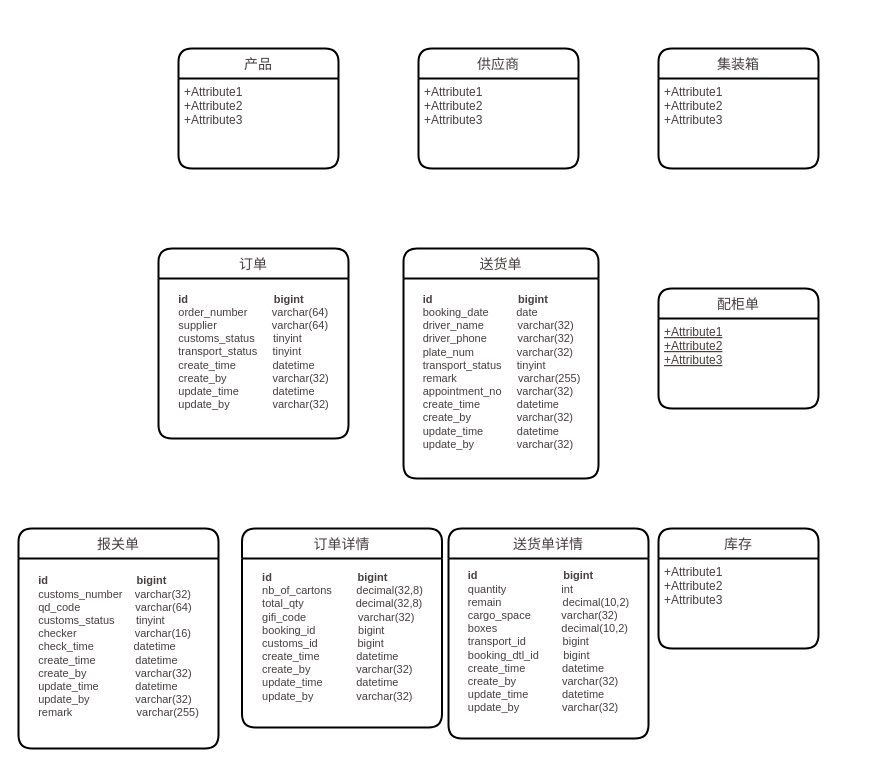
Before: page "第 33 页" (33 of 33) of wbooking docs/进区预约系统.drawio in sxc-one/e-conitl, a draw.io diagram. Source tidied: cells renumbered, new cells numbered last; positions are measured from the earlier drawing's top-left corner, leaving out a move shared by most shapes. Both pictures are drawn from the tidied source at 100%, with x=0, y=0 at pixel (18, 48).
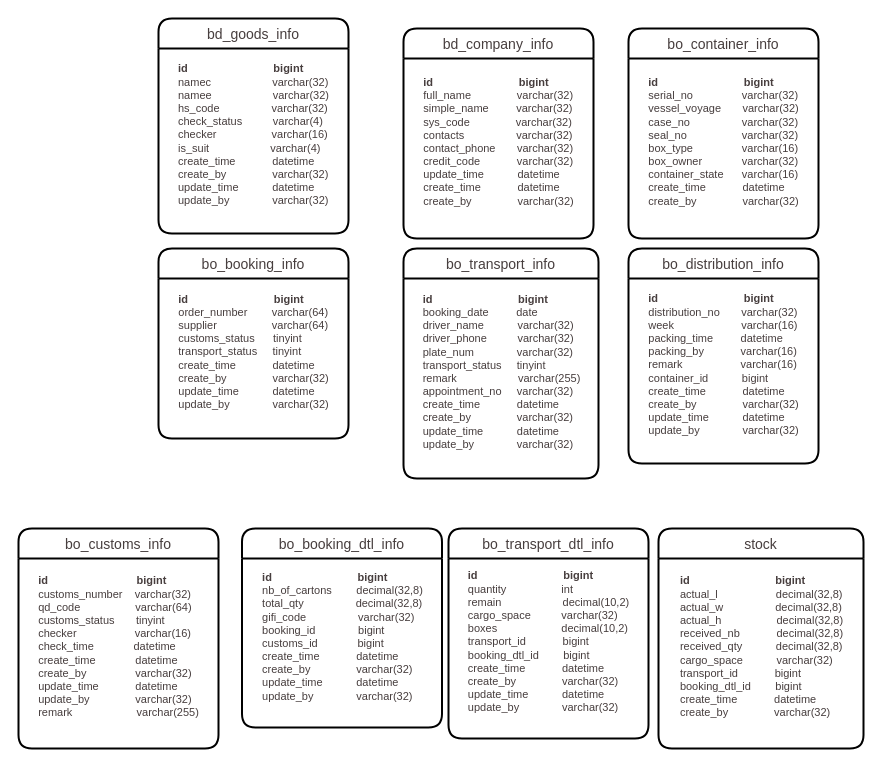
The same diagram, later.

Commit message (it also covers changes not shown here):
更新进区预约系统.drawio

Diff of the diagram source:
```diff
@@
-    <mxCell id="2" value="库存" style="swimlane;horizontal=1;startSize=30;rounded=1;fontSize=14;fontStyle=0;strokeWidth=2;shadow=0;dashed=0;align=center;fontColor=#473e3e;" parent="1" vertex="1">
-      <mxGeometry x="640" y="480" width="160" height="120" as="geometry" />
-    </mxCell>
-    <mxCell id="3" value="+Attribute1&#10;+Attribute2&#10;+Attribute3" style="align=left;strokeColor=none;fillColor=none;spacingLeft=4;fontSize=12;verticalAlign=top;fontColor=#473e3e;" parent="2" vertex="1">
-      <mxGeometry y="30" width="160" height="90" as="geometry" />
-    </mxCell>
-    <mxCell id="4" value="产品" style="swimlane;horizontal=1;startSize=30;rounded=1;fontSize=14;fontStyle=0;strokeWidth=2;shadow=0;dashed=0;align=center;fontColor=#473e3e;" parent="1" vertex="1">
-      <mxGeometry x="160" width="160" height="120" as="geometry" />
-    </mxCell>
-    <mxCell id="5" value="+Attribute1&#10;+Attribute2&#10;+Attribute3" style="align=left;strokeColor=none;fillColor=none;spacingLeft=4;fontSize=12;verticalAlign=top;fontColor=#473e3e;" parent="4" vertex="1">
-      <mxGeometry y="30" width="160" height="90" as="geometry" />
-    </mxCell>
-    <mxCell id="6" value="订单" style="swimlane;horizontal=1;startSize=30;rounded=1;fontSize=14;fontStyle=0;strokeWidth=2;shadow=0;dashed=0;align=center;fontColor=#473e3e;" parent="1" vertex="1">
+    <mxCell id="6" value="bo_booking_info" style="swimlane;horizontal=1;startSize=30;rounded=1;fontSize=14;fontStyle=0;strokeWidth=2;shadow=0;dashed=0;align=center;fontColor=#473e3e;" parent="1" vertex="1">
       <mxGeometry x="140" y="200" width="190" height="190" as="geometry" />
     </mxCell>
@@
-    <mxCell id="8" value="配柜单" style="swimlane;horizontal=1;startSize=30;rounded=1;fontSize=14;fontStyle=0;strokeWidth=2;shadow=0;dashed=0;align=center;fontColor=#473e3e;" parent="1" vertex="1">
-      <mxGeometry x="640" y="240" width="160" height="120" as="geometry" />
-    </mxCell>
-    <mxCell id="9" value="+Attribute1&#10;+Attribute2&#10;+Attribute3" style="align=left;strokeColor=none;fillColor=none;spacingLeft=4;fontSize=12;verticalAlign=top;fontColor=#473e3e;fontStyle=4;" parent="8" vertex="1">
-      <mxGeometry y="30" width="160" height="90" as="geometry" />
-    </mxCell>
-    <mxCell id="10" value="供应商" style="swimlane;horizontal=1;startSize=30;rounded=1;fontSize=14;fontStyle=0;strokeWidth=2;shadow=0;dashed=0;align=center;fontColor=#473e3e;" parent="1" vertex="1">
-      <mxGeometry x="400" width="160" height="120" as="geometry" />
-    </mxCell>
-    <mxCell id="11" value="+Attribute1&#10;+Attribute2&#10;+Attribute3" style="align=left;strokeColor=none;fillColor=none;spacingLeft=4;fontSize=12;verticalAlign=top;fontColor=#473e3e;" parent="10" vertex="1">
-      <mxGeometry y="30" width="160" height="90" as="geometry" />
-    </mxCell>
-    <mxCell id="12" value="集装箱" style="swimlane;horizontal=1;startSize=30;rounded=1;fontSize=14;fontStyle=0;strokeWidth=2;shadow=0;dashed=0;align=center;fontColor=#473e3e;" parent="1" vertex="1">
-      <mxGeometry x="640" width="160" height="120" as="geometry" />
-    </mxCell>
-    <mxCell id="13" value="+Attribute1&#10;+Attribute2&#10;+Attribute3" style="align=left;strokeColor=none;fillColor=none;spacingLeft=4;fontSize=12;verticalAlign=top;fontColor=#473e3e;" parent="12" vertex="1">
-      <mxGeometry y="30" width="160" height="90" as="geometry" />
-    </mxCell>
-    <mxCell id="14" value="订单详情" style="swimlane;horizontal=1;startSize=30;rounded=1;fontSize=14;fontStyle=0;strokeWidth=2;shadow=0;dashed=0;align=center;fontColor=#473e3e;" parent="1" vertex="1">
+    <mxCell id="14" value="bo_booking_dtl_info" style="swimlane;horizontal=1;startSize=30;rounded=1;fontSize=14;fontStyle=0;strokeWidth=2;shadow=0;dashed=0;align=center;fontColor=#473e3e;" parent="1" vertex="1">
       <mxGeometry x="223.5" y="480" width="200" height="199" as="geometry" />
     </mxCell>
@@
-    <mxCell id="16" value="报关单" style="swimlane;horizontal=1;startSize=30;rounded=1;fontSize=14;fontStyle=0;strokeWidth=2;shadow=0;dashed=0;align=center;fontColor=#473e3e;" parent="1" vertex="1">
+    <mxCell id="16" value="bo_customs_info" style="swimlane;horizontal=1;startSize=30;rounded=1;fontSize=14;fontStyle=0;strokeWidth=2;shadow=0;dashed=0;align=center;fontColor=#473e3e;" parent="1" vertex="1">
       <mxGeometry y="480" width="200" height="220" as="geometry" />
     </mxCell>
@@
-    <mxCell id="18" value="送货单" style="swimlane;horizontal=1;startSize=30;rounded=1;fontSize=14;fontStyle=0;strokeWidth=2;shadow=0;dashed=0;align=center;fontColor=#473e3e;" parent="1" vertex="1">
+    <mxCell id="18" value="bo_transport_info" style="swimlane;horizontal=1;startSize=30;rounded=1;fontSize=14;fontStyle=0;strokeWidth=2;shadow=0;dashed=0;align=center;fontColor=#473e3e;" parent="1" vertex="1">
       <mxGeometry x="385" y="200" width="195" height="230" as="geometry" />
     </mxCell>
@@
-    <mxCell id="20" value="送货单详情" style="swimlane;horizontal=1;startSize=30;rounded=1;fontSize=14;fontStyle=0;strokeWidth=2;shadow=0;dashed=0;align=center;fontColor=#473e3e;" parent="1" vertex="1">
+    <mxCell id="20" value="bo_transport_dtl_info" style="swimlane;horizontal=1;startSize=30;rounded=1;fontSize=14;fontStyle=0;strokeWidth=2;shadow=0;dashed=0;align=center;fontColor=#473e3e;" parent="1" vertex="1">
       <mxGeometry x="430" y="480" width="200" height="210" as="geometry" />
     </mxCell>
@@
+    <mxCell id="22" value="bo_container_info" style="swimlane;horizontal=1;startSize=30;rounded=1;fontSize=14;fontStyle=0;strokeWidth=2;shadow=0;dashed=0;align=center;fontColor=#473e3e;" parent="1" vertex="1">
+      <mxGeometry x="610" y="-20" width="190" height="210" as="geometry" />
+    </mxCell>
+    <mxCell id="23" value="&lt;div style=&quot;text-align: left;&quot;&gt;&lt;span style=&quot;background-color: initial;&quot;&gt;&lt;b&gt;id&lt;/b&gt;&amp;nbsp; &amp;nbsp; &amp;nbsp; &amp;nbsp; &amp;nbsp; &amp;nbsp; &amp;nbsp; &amp;nbsp; &amp;nbsp; &amp;nbsp; &amp;nbsp; &amp;nbsp; &amp;nbsp; &amp;nbsp;&amp;nbsp;&lt;b&gt;bigint&lt;/b&gt;&lt;/span&gt;&lt;/div&gt;&lt;div style=&quot;text-align: left;&quot;&gt;&lt;span style=&quot;background-color: initial;&quot;&gt;serial_no&amp;nbsp; &amp;nbsp; &amp;nbsp; &amp;nbsp; &amp;nbsp; &amp;nbsp; &amp;nbsp; &amp;nbsp; varchar(32)&lt;/span&gt;&lt;/div&gt;&lt;div style=&quot;text-align: left;&quot;&gt;&lt;span style=&quot;background-color: initial;&quot;&gt;vessel_voyage&amp;nbsp; &amp;nbsp; &amp;nbsp; &amp;nbsp;varchar(32)&lt;/span&gt;&lt;/div&gt;&lt;div style=&quot;text-align: left;&quot;&gt;&lt;span style=&quot;background-color: initial;&quot;&gt;case_no&amp;nbsp; &amp;nbsp; &amp;nbsp; &amp;nbsp; &amp;nbsp; &amp;nbsp; &amp;nbsp; &amp;nbsp; &amp;nbsp;varchar(32)&lt;/span&gt;&lt;/div&gt;&lt;div style=&quot;text-align: left;&quot;&gt;&lt;span style=&quot;background-color: initial;&quot;&gt;seal_no&amp;nbsp; &amp;nbsp; &amp;nbsp; &amp;nbsp; &amp;nbsp; &amp;nbsp; &amp;nbsp; &amp;nbsp; &amp;nbsp; varchar(32)&lt;/span&gt;&lt;/div&gt;&lt;div style=&quot;text-align: left;&quot;&gt;&lt;span style=&quot;background-color: initial;&quot;&gt;box_type&amp;nbsp; &amp;nbsp; &amp;nbsp; &amp;nbsp; &amp;nbsp; &amp;nbsp; &amp;nbsp; &amp;nbsp; varchar(16)&lt;/span&gt;&lt;/div&gt;&lt;div style=&quot;text-align: left;&quot;&gt;&lt;span style=&quot;background-color: initial;&quot;&gt;box_owner&amp;nbsp; &amp;nbsp; &amp;nbsp; &amp;nbsp; &amp;nbsp; &amp;nbsp; &amp;nbsp;varchar(32)&lt;/span&gt;&lt;/div&gt;&lt;div style=&quot;text-align: left;&quot;&gt;&lt;span style=&quot;background-color: initial;&quot;&gt;container_state&amp;nbsp; &amp;nbsp; &amp;nbsp; varchar(16)&lt;/span&gt;&lt;/div&gt;&lt;div style=&quot;text-align: left;&quot;&gt;&lt;span style=&quot;background-color: initial;&quot;&gt;create_time&amp;nbsp; &amp;nbsp; &amp;nbsp; &amp;nbsp; &amp;nbsp; &amp;nbsp; datetime&lt;/span&gt;&lt;/div&gt;&lt;div style=&quot;text-align: left;&quot;&gt;&lt;span style=&quot;background-color: initial;&quot;&gt;create_by&amp;nbsp; &amp;nbsp; &amp;nbsp; &amp;nbsp; &amp;nbsp; &amp;nbsp; &amp;nbsp; &amp;nbsp;varchar(32)&lt;/span&gt;&lt;/div&gt;&lt;div style=&quot;text-align: left;&quot;&gt;&lt;span style=&quot;background-color: initial;&quot;&gt;&lt;br&gt;&lt;/span&gt;&lt;/div&gt;" style="text;html=1;align=center;verticalAlign=middle;strokeColor=none;fillColor=none;fontSize=11;fontColor=#473e3e;" parent="22" vertex="1">
+      <mxGeometry y="30" width="190" height="180" as="geometry" />
+    </mxCell>
+    <mxCell id="24" value="stock" style="swimlane;horizontal=1;startSize=30;rounded=1;fontSize=14;fontStyle=0;strokeWidth=2;shadow=0;dashed=0;align=center;fontColor=#473e3e;" parent="1" vertex="1">
+      <mxGeometry x="640" y="480" width="205" height="220" as="geometry" />
+    </mxCell>
+    <mxCell id="25" value="&lt;div style=&quot;text-align: left;&quot;&gt;&lt;span style=&quot;background-color: initial;&quot;&gt;&lt;b&gt;id&lt;/b&gt;&amp;nbsp; &amp;nbsp; &amp;nbsp; &amp;nbsp; &amp;nbsp; &amp;nbsp; &amp;nbsp; &amp;nbsp; &amp;nbsp; &amp;nbsp; &amp;nbsp; &amp;nbsp; &amp;nbsp; &amp;nbsp;&amp;nbsp;&lt;b&gt;bigint&lt;/b&gt;&lt;/span&gt;&lt;/div&gt;&lt;div style=&quot;text-align: left;&quot;&gt;&lt;span style=&quot;background-color: initial;&quot;&gt;actual_l&amp;nbsp; &amp;nbsp; &amp;nbsp; &amp;nbsp; &amp;nbsp; &amp;nbsp; &amp;nbsp; &amp;nbsp; &amp;nbsp; &amp;nbsp;decimal(32,8)&lt;/span&gt;&lt;/div&gt;&lt;div style=&quot;text-align: left;&quot;&gt;actual_w&amp;nbsp; &amp;nbsp; &amp;nbsp; &amp;nbsp; &amp;nbsp; &amp;nbsp; &amp;nbsp; &amp;nbsp; &amp;nbsp;decimal(32,8)&lt;span style=&quot;background-color: initial;&quot;&gt;&lt;br&gt;&lt;/span&gt;&lt;/div&gt;&lt;div style=&quot;text-align: left;&quot;&gt;actual_h&amp;nbsp; &amp;nbsp; &amp;nbsp; &amp;nbsp; &amp;nbsp; &amp;nbsp; &amp;nbsp; &amp;nbsp; &amp;nbsp; decimal(32,8)&lt;br&gt;&lt;/div&gt;&lt;div style=&quot;text-align: left;&quot;&gt;&lt;span style=&quot;background-color: initial;&quot;&gt;received_nb&amp;nbsp; &amp;nbsp; &amp;nbsp; &amp;nbsp; &amp;nbsp; &amp;nbsp; decimal(32,8)&lt;/span&gt;&lt;/div&gt;&lt;div style=&quot;text-align: left;&quot;&gt;&lt;span style=&quot;background-color: initial;&quot;&gt;received_qty&amp;nbsp; &amp;nbsp; &amp;nbsp; &amp;nbsp; &amp;nbsp; &amp;nbsp;decimal(32,8)&lt;/span&gt;&lt;/div&gt;&lt;div style=&quot;text-align: left;&quot;&gt;&lt;span style=&quot;background-color: initial;&quot;&gt;cargo_space&amp;nbsp; &amp;nbsp; &amp;nbsp; &amp;nbsp; &amp;nbsp; &amp;nbsp;varchar(32)&lt;/span&gt;&lt;/div&gt;&lt;div style=&quot;text-align: left;&quot;&gt;&lt;span style=&quot;background-color: initial;&quot;&gt;transport_id&amp;nbsp; &amp;nbsp; &amp;nbsp; &amp;nbsp; &amp;nbsp; &amp;nbsp; bigint&lt;/span&gt;&lt;/div&gt;&lt;div style=&quot;text-align: left;&quot;&gt;&lt;span style=&quot;background-color: initial;&quot;&gt;booking_dtl_id&amp;nbsp; &amp;nbsp; &amp;nbsp; &amp;nbsp; bigint&lt;/span&gt;&lt;/div&gt;&lt;div style=&quot;text-align: left;&quot;&gt;&lt;span style=&quot;background-color: initial;&quot;&gt;create_time&amp;nbsp; &amp;nbsp; &amp;nbsp; &amp;nbsp; &amp;nbsp; &amp;nbsp; datetime&lt;/span&gt;&lt;/div&gt;&lt;div style=&quot;text-align: left;&quot;&gt;&lt;span style=&quot;background-color: initial;&quot;&gt;create_by&amp;nbsp; &amp;nbsp; &amp;nbsp; &amp;nbsp; &amp;nbsp; &amp;nbsp; &amp;nbsp; &amp;nbsp;varchar(32)&lt;/span&gt;&lt;/div&gt;&lt;div style=&quot;text-align: left;&quot;&gt;&lt;span style=&quot;background-color: initial;&quot;&gt;&lt;br&gt;&lt;/span&gt;&lt;/div&gt;" style="text;html=1;align=center;verticalAlign=middle;strokeColor=none;fillColor=none;fontSize=11;fontColor=#473e3e;" parent="24" vertex="1">
+      <mxGeometry y="30" width="205" height="190" as="geometry" />
+    </mxCell>
+    <mxCell id="26" value="bd_company_info" style="swimlane;horizontal=1;startSize=30;rounded=1;fontSize=14;fontStyle=0;strokeWidth=2;shadow=0;dashed=0;align=center;fontColor=#473e3e;" parent="1" vertex="1">
+      <mxGeometry x="385" y="-20" width="190" height="210" as="geometry" />
+    </mxCell>
+    <mxCell id="27" value="&lt;div style=&quot;text-align: left;&quot;&gt;&lt;span style=&quot;background-color: initial;&quot;&gt;&lt;b&gt;id&lt;/b&gt;&amp;nbsp; &amp;nbsp; &amp;nbsp; &amp;nbsp; &amp;nbsp; &amp;nbsp; &amp;nbsp; &amp;nbsp; &amp;nbsp; &amp;nbsp; &amp;nbsp; &amp;nbsp; &amp;nbsp; &amp;nbsp;&amp;nbsp;&lt;b&gt;bigint&lt;/b&gt;&lt;/span&gt;&lt;/div&gt;&lt;div style=&quot;text-align: left;&quot;&gt;&lt;span style=&quot;background-color: initial;&quot;&gt;full_name&amp;nbsp; &amp;nbsp; &amp;nbsp; &amp;nbsp; &amp;nbsp; &amp;nbsp; &amp;nbsp; &amp;nbsp;varchar(32)&lt;/span&gt;&lt;/div&gt;&lt;div style=&quot;text-align: left;&quot;&gt;&lt;span style=&quot;background-color: initial;&quot;&gt;simple_name&amp;nbsp; &amp;nbsp; &amp;nbsp; &amp;nbsp; &amp;nbsp;varchar(32)&lt;/span&gt;&lt;/div&gt;&lt;div style=&quot;text-align: left;&quot;&gt;&lt;span style=&quot;background-color: initial;&quot;&gt;sys_code&amp;nbsp; &amp;nbsp; &amp;nbsp; &amp;nbsp; &amp;nbsp; &amp;nbsp; &amp;nbsp; &amp;nbsp;varchar(32)&lt;/span&gt;&lt;/div&gt;&lt;div style=&quot;text-align: left;&quot;&gt;&lt;span style=&quot;background-color: initial;&quot;&gt;contacts&amp;nbsp; &amp;nbsp; &amp;nbsp; &amp;nbsp; &amp;nbsp; &amp;nbsp; &amp;nbsp; &amp;nbsp; &amp;nbsp;varchar(32)&lt;/span&gt;&lt;/div&gt;&lt;div style=&quot;text-align: left;&quot;&gt;&lt;span style=&quot;background-color: initial;&quot;&gt;contact_phone&amp;nbsp; &amp;nbsp; &amp;nbsp; &amp;nbsp;varchar(32)&lt;/span&gt;&lt;/div&gt;&lt;div style=&quot;text-align: left;&quot;&gt;&lt;span style=&quot;background-color: initial;&quot;&gt;credit_code&amp;nbsp; &amp;nbsp; &amp;nbsp; &amp;nbsp; &amp;nbsp; &amp;nbsp; varchar(32)&lt;/span&gt;&lt;/div&gt;&lt;div style=&quot;text-align: left;&quot;&gt;&lt;span style=&quot;background-color: initial;&quot;&gt;update_time&amp;nbsp; &amp;nbsp; &amp;nbsp; &amp;nbsp; &amp;nbsp; &amp;nbsp;datetime&lt;/span&gt;&lt;/div&gt;&lt;div style=&quot;text-align: left;&quot;&gt;&lt;span style=&quot;background-color: initial;&quot;&gt;create_time&amp;nbsp; &amp;nbsp; &amp;nbsp; &amp;nbsp; &amp;nbsp; &amp;nbsp; datetime&lt;/span&gt;&lt;/div&gt;&lt;div style=&quot;text-align: left;&quot;&gt;&lt;span style=&quot;background-color: initial;&quot;&gt;create_by&amp;nbsp; &amp;nbsp; &amp;nbsp; &amp;nbsp; &amp;nbsp; &amp;nbsp; &amp;nbsp; &amp;nbsp;varchar(32)&lt;/span&gt;&lt;/div&gt;&lt;div style=&quot;text-align: left;&quot;&gt;&lt;span style=&quot;background-color: initial;&quot;&gt;&lt;br&gt;&lt;/span&gt;&lt;/div&gt;" style="text;html=1;align=center;verticalAlign=middle;strokeColor=none;fillColor=none;fontSize=11;fontColor=#473e3e;" parent="26" vertex="1">
+      <mxGeometry y="30" width="190" height="180" as="geometry" />
+    </mxCell>
+    <mxCell id="28" value="bd_goods_info" style="swimlane;horizontal=1;startSize=30;rounded=1;fontSize=14;fontStyle=0;strokeWidth=2;shadow=0;dashed=0;align=center;fontColor=#473e3e;" parent="1" vertex="1">
+      <mxGeometry x="140" y="-30" width="190" height="215" as="geometry" />
+    </mxCell>
+    <mxCell id="29" value="&lt;div style=&quot;text-align: left;&quot;&gt;&lt;span style=&quot;background-color: initial;&quot;&gt;&lt;b&gt;id&lt;/b&gt;&amp;nbsp; &amp;nbsp; &amp;nbsp; &amp;nbsp; &amp;nbsp; &amp;nbsp; &amp;nbsp; &amp;nbsp; &amp;nbsp; &amp;nbsp; &amp;nbsp; &amp;nbsp; &amp;nbsp; &amp;nbsp;&amp;nbsp;&lt;b&gt;bigint&lt;/b&gt;&lt;/span&gt;&lt;/div&gt;&lt;div style=&quot;text-align: left;&quot;&gt;&lt;span style=&quot;background-color: initial;&quot;&gt;namec&amp;nbsp; &amp;nbsp; &amp;nbsp; &amp;nbsp; &amp;nbsp; &amp;nbsp; &amp;nbsp; &amp;nbsp; &amp;nbsp; &amp;nbsp; varchar(32)&lt;/span&gt;&lt;/div&gt;&lt;div style=&quot;text-align: left;&quot;&gt;&lt;span style=&quot;background-color: initial;&quot;&gt;namee&amp;nbsp; &amp;nbsp; &amp;nbsp; &amp;nbsp; &amp;nbsp; &amp;nbsp; &amp;nbsp; &amp;nbsp; &amp;nbsp; &amp;nbsp; varchar(32)&lt;/span&gt;&lt;/div&gt;&lt;div style=&quot;text-align: left;&quot;&gt;&lt;span style=&quot;background-color: initial;&quot;&gt;hs_code&amp;nbsp; &amp;nbsp; &amp;nbsp; &amp;nbsp; &amp;nbsp; &amp;nbsp; &amp;nbsp; &amp;nbsp; &amp;nbsp;varchar(32)&lt;/span&gt;&lt;/div&gt;&lt;div style=&quot;text-align: left;&quot;&gt;&lt;span style=&quot;background-color: initial;&quot;&gt;check_status&amp;nbsp; &amp;nbsp; &amp;nbsp; &amp;nbsp; &amp;nbsp; varchar(4)&lt;/span&gt;&lt;/div&gt;&lt;div style=&quot;text-align: left;&quot;&gt;&lt;span style=&quot;background-color: initial;&quot;&gt;checker&amp;nbsp; &amp;nbsp; &amp;nbsp; &amp;nbsp; &amp;nbsp; &amp;nbsp; &amp;nbsp; &amp;nbsp; &amp;nbsp; varchar(16)&lt;/span&gt;&lt;/div&gt;&lt;div style=&quot;text-align: left;&quot;&gt;&lt;span style=&quot;background-color: initial;&quot;&gt;is_suit&amp;nbsp; &amp;nbsp; &amp;nbsp; &amp;nbsp; &amp;nbsp; &amp;nbsp; &amp;nbsp; &amp;nbsp; &amp;nbsp; &amp;nbsp; varchar(4)&lt;/span&gt;&lt;/div&gt;&lt;div style=&quot;text-align: left;&quot;&gt;&lt;span style=&quot;background-color: initial;&quot;&gt;create_time&amp;nbsp; &amp;nbsp; &amp;nbsp; &amp;nbsp; &amp;nbsp; &amp;nbsp; datetime&lt;/span&gt;&lt;/div&gt;&lt;div style=&quot;text-align: left;&quot;&gt;&lt;span style=&quot;background-color: initial;&quot;&gt;create_by&amp;nbsp; &amp;nbsp; &amp;nbsp; &amp;nbsp; &amp;nbsp; &amp;nbsp; &amp;nbsp; &amp;nbsp;varchar(32)&lt;/span&gt;&lt;/div&gt;&lt;div style=&quot;text-align: left;&quot;&gt;&lt;div style=&quot;border-color: var(--border-color);&quot;&gt;&lt;span style=&quot;border-color: var(--border-color); background-color: initial;&quot;&gt;update_time&amp;nbsp; &amp;nbsp; &amp;nbsp; &amp;nbsp; &amp;nbsp; &amp;nbsp;datetime&lt;/span&gt;&lt;/div&gt;&lt;div style=&quot;border-color: var(--border-color);&quot;&gt;&lt;span style=&quot;border-color: var(--border-color); background-color: initial;&quot;&gt;update_by&amp;nbsp; &amp;nbsp; &amp;nbsp; &amp;nbsp; &amp;nbsp; &amp;nbsp; &amp;nbsp; varchar(32)&lt;/span&gt;&lt;/div&gt;&lt;/div&gt;&lt;div style=&quot;text-align: left;&quot;&gt;&lt;span style=&quot;background-color: initial;&quot;&gt;&lt;br&gt;&lt;/span&gt;&lt;/div&gt;" style="text;html=1;align=center;verticalAlign=middle;strokeColor=none;fillColor=none;fontSize=11;fontColor=#473e3e;" parent="28" vertex="1">
+      <mxGeometry y="30" width="190" height="185" as="geometry" />
+    </mxCell>
+    <mxCell id="30" value="bo_distribution_info" style="swimlane;horizontal=1;startSize=30;rounded=1;fontSize=14;fontStyle=0;strokeWidth=2;shadow=0;dashed=0;align=center;fontColor=#473e3e;" parent="1" vertex="1">
+      <mxGeometry x="610" y="200" width="190" height="215" as="geometry" />
+    </mxCell>
+    <mxCell id="31" value="&lt;div style=&quot;text-align: left;&quot;&gt;&lt;span style=&quot;background-color: initial;&quot;&gt;&lt;b&gt;id&lt;/b&gt;&amp;nbsp; &amp;nbsp; &amp;nbsp; &amp;nbsp; &amp;nbsp; &amp;nbsp; &amp;nbsp; &amp;nbsp; &amp;nbsp; &amp;nbsp; &amp;nbsp; &amp;nbsp; &amp;nbsp; &amp;nbsp;&amp;nbsp;&lt;b&gt;bigint&lt;/b&gt;&lt;/span&gt;&lt;/div&gt;&lt;div style=&quot;text-align: left;&quot;&gt;&lt;span style=&quot;background-color: initial;&quot;&gt;distribution_no&amp;nbsp; &amp;nbsp; &amp;nbsp; &amp;nbsp;varchar(32)&lt;/span&gt;&lt;/div&gt;&lt;div style=&quot;text-align: left;&quot;&gt;&lt;span style=&quot;background-color: initial;&quot;&gt;week&amp;nbsp; &amp;nbsp; &amp;nbsp; &amp;nbsp; &amp;nbsp; &amp;nbsp; &amp;nbsp; &amp;nbsp; &amp;nbsp; &amp;nbsp; &amp;nbsp; varchar(16)&lt;/span&gt;&lt;/div&gt;&lt;div style=&quot;text-align: left;&quot;&gt;&lt;span style=&quot;background-color: initial;&quot;&gt;packing_time&amp;nbsp; &amp;nbsp; &amp;nbsp; &amp;nbsp; &amp;nbsp;datetime&lt;/span&gt;&lt;/div&gt;&lt;div style=&quot;text-align: left;&quot;&gt;&lt;span style=&quot;background-color: initial;&quot;&gt;packing_by&amp;nbsp; &amp;nbsp; &amp;nbsp; &amp;nbsp; &amp;nbsp; &amp;nbsp; varchar(16)&lt;/span&gt;&lt;/div&gt;&lt;div style=&quot;text-align: left;&quot;&gt;&lt;span style=&quot;background-color: initial;&quot;&gt;remark&amp;nbsp; &amp;nbsp; &amp;nbsp; &amp;nbsp; &amp;nbsp; &amp;nbsp; &amp;nbsp; &amp;nbsp; &amp;nbsp; &amp;nbsp;varchar(16)&lt;/span&gt;&lt;/div&gt;&lt;div style=&quot;text-align: left;&quot;&gt;&lt;span style=&quot;background-color: initial;&quot;&gt;container_id&amp;nbsp; &amp;nbsp; &amp;nbsp; &amp;nbsp; &amp;nbsp; &amp;nbsp;bigint&lt;/span&gt;&lt;/div&gt;&lt;div style=&quot;text-align: left;&quot;&gt;&lt;span style=&quot;background-color: initial;&quot;&gt;create_time&amp;nbsp; &amp;nbsp; &amp;nbsp; &amp;nbsp; &amp;nbsp; &amp;nbsp; datetime&lt;/span&gt;&lt;/div&gt;&lt;div style=&quot;text-align: left;&quot;&gt;&lt;span style=&quot;background-color: initial;&quot;&gt;create_by&amp;nbsp; &amp;nbsp; &amp;nbsp; &amp;nbsp; &amp;nbsp; &amp;nbsp; &amp;nbsp; &amp;nbsp;varchar(32)&lt;/span&gt;&lt;/div&gt;&lt;div style=&quot;text-align: left;&quot;&gt;&lt;div style=&quot;border-color: var(--border-color);&quot;&gt;&lt;span style=&quot;border-color: var(--border-color); background-color: initial;&quot;&gt;update_time&amp;nbsp; &amp;nbsp; &amp;nbsp; &amp;nbsp; &amp;nbsp; &amp;nbsp;datetime&lt;/span&gt;&lt;/div&gt;&lt;div style=&quot;border-color: var(--border-color);&quot;&gt;&lt;span style=&quot;border-color: var(--border-color); background-color: initial;&quot;&gt;update_by&amp;nbsp; &amp;nbsp; &amp;nbsp; &amp;nbsp; &amp;nbsp; &amp;nbsp; &amp;nbsp; varchar(32)&lt;/span&gt;&lt;/div&gt;&lt;/div&gt;&lt;div style=&quot;text-align: left;&quot;&gt;&lt;span style=&quot;background-color: initial;&quot;&gt;&lt;br&gt;&lt;/span&gt;&lt;/div&gt;" style="text;html=1;align=center;verticalAlign=middle;strokeColor=none;fillColor=none;fontSize=11;fontColor=#473e3e;" parent="30" vertex="1">
+      <mxGeometry y="30" width="190" height="185" as="geometry" />
+    </mxCell>
```
